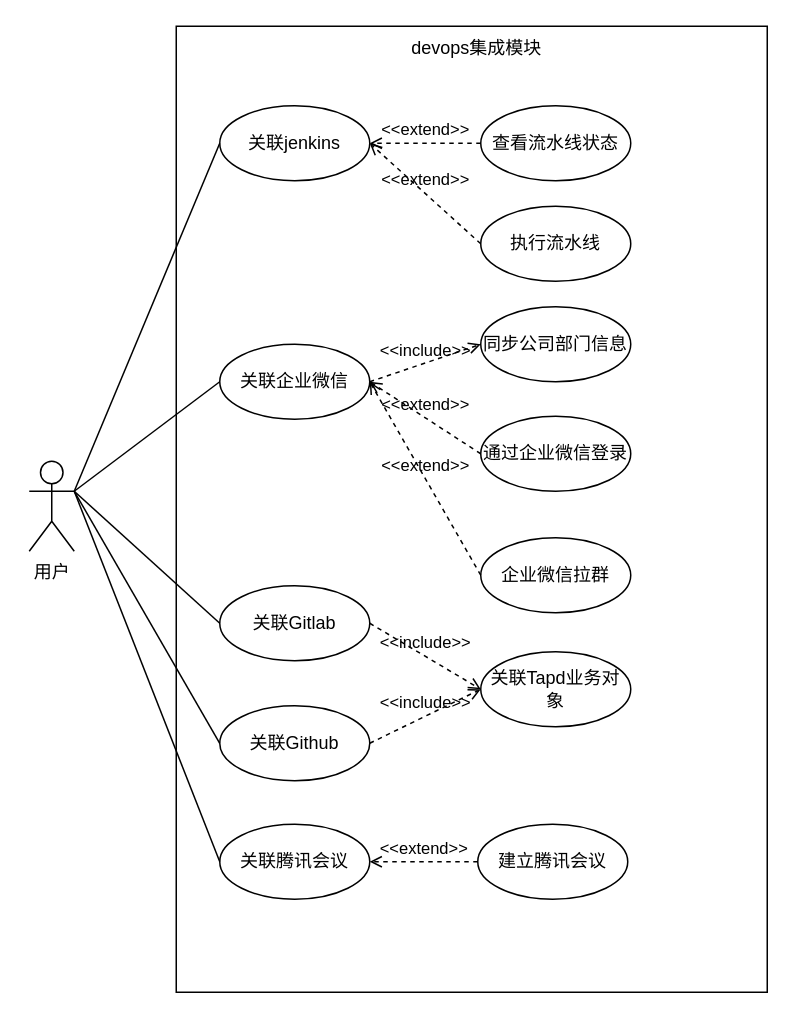
Earlier version of the draw.io diagram 办公协同模版用例图.drawio (qf2020/drawio). Source tidied: cells renumbered, new cells numbered last; positions are measured from the earlier drawing's top-left corner, leaving out a move shared by most shapes. Both pictures are drawn from the tidied source at 150%, with x=0, y=0 at pixel (28, 26).
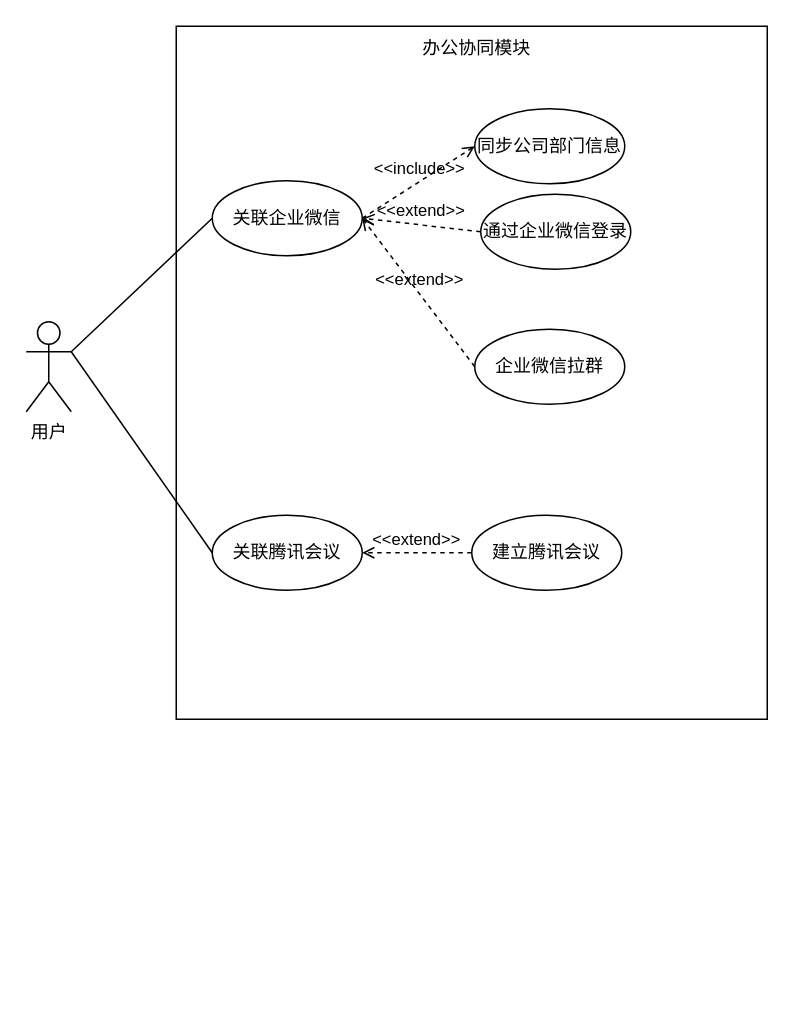
After the change.

Commit message (it also covers changes not shown here):
更新办公协同模版用例图.drawio

The edit, as a diff of the source:
```diff
@@
     <mxCell id="2" value="用户" style="shape=umlActor;verticalLabelPosition=bottom;verticalAlign=top;html=1;" parent="1" vertex="1">
-      <mxGeometry y="290" width="30" height="60" as="geometry" />
+      <mxGeometry x="-2" y="197" width="30" height="60" as="geometry" />
     </mxCell>
     <mxCell id="3" style="rounded=0;whiteSpace=wrap;html=1;" parent="1" vertex="1">
-      <mxGeometry x="98" width="394" height="644" as="geometry" />
+      <mxGeometry x="98" width="394" height="462" as="geometry" />
     </mxCell>
-    <mxCell id="4" value="devops集成模块" style="text;html=1;align=center;verticalAlign=middle;whiteSpace=wrap;rounded=0;" parent="1" vertex="1">
+    <mxCell id="4" value="办公协同&lt;span style=&quot;background-color: transparent; color: light-dark(rgb(0, 0, 0), rgb(255, 255, 255));&quot;&gt;模块&lt;/span&gt;" style="text;html=1;align=center;verticalAlign=middle;whiteSpace=wrap;rounded=0;" parent="1" vertex="1">
       <mxGeometry x="249" width="99" height="30" as="geometry" />
     </mxCell>
     <mxCell id="5" value="同步公司部门信息" style="ellipse;whiteSpace=wrap;html=1;" parent="1" vertex="1">
-      <mxGeometry x="301" y="187" width="100" height="50" as="geometry" />
+      <mxGeometry x="297" y="55" width="100" height="50" as="geometry" />
     </mxCell>
     <mxCell id="6" value="关联企业微信" style="ellipse;whiteSpace=wrap;html=1;" parent="1" vertex="1">
-      <mxGeometry x="127" y="212" width="100" height="50" as="geometry" />
+      <mxGeometry x="122" y="103" width="100" height="50" as="geometry" />
     </mxCell>
     <mxCell id="7" value="关联腾讯会议" style="ellipse;whiteSpace=wrap;html=1;" parent="1" vertex="1">
-      <mxGeometry x="127" y="532" width="100" height="50" as="geometry" />
+      <mxGeometry x="122" y="326" width="100" height="50" as="geometry" />
     </mxCell>
@@
-    <mxCell id="9" value="查看流水线状态" style="ellipse;whiteSpace=wrap;html=1;" parent="1" vertex="1">
-      <mxGeometry x="301" y="53" width="100" height="50" as="geometry" />
-    </mxCell>
@@
-    <mxCell id="11" value="关联jenkins" style="ellipse;whiteSpace=wrap;html=1;" parent="1" vertex="1">
-      <mxGeometry x="127" y="53" width="100" height="50" as="geometry" />
-    </mxCell>
-    <mxCell id="12" value="关联Github" style="ellipse;whiteSpace=wrap;html=1;" parent="1" vertex="1">
-      <mxGeometry x="127" y="453" width="100" height="50" as="geometry" />
-    </mxCell>
-    <mxCell id="13" value="关联Gitlab" style="ellipse;whiteSpace=wrap;html=1;" parent="1" vertex="1">
-      <mxGeometry x="127" y="373" width="100" height="50" as="geometry" />
-    </mxCell>
-    <mxCell id="14" value="执行流水线" style="ellipse;whiteSpace=wrap;html=1;" parent="1" vertex="1">
-      <mxGeometry x="301" y="120" width="100" height="50" as="geometry" />
-    </mxCell>
     <mxCell id="15" value="通过企业微信登录" style="ellipse;whiteSpace=wrap;html=1;" parent="1" vertex="1">
-      <mxGeometry x="301" y="260" width="100" height="50" as="geometry" />
+      <mxGeometry x="301" y="112" width="100" height="50" as="geometry" />
     </mxCell>
     <mxCell id="16" value="企业微信拉群" style="ellipse;whiteSpace=wrap;html=1;" parent="1" vertex="1">
-      <mxGeometry x="301" y="341" width="100" height="50" as="geometry" />
+      <mxGeometry x="297" y="202" width="100" height="50" as="geometry" />
     </mxCell>
-    <mxCell id="17" value="关联Tapd业务对象" style="ellipse;whiteSpace=wrap;html=1;" parent="1" vertex="1">
-      <mxGeometry x="301" y="417" width="100" height="50" as="geometry" />
-    </mxCell>
     <mxCell id="18" value="建立腾讯会议" style="ellipse;whiteSpace=wrap;html=1;" parent="1" vertex="1">
-      <mxGeometry x="299" y="532" width="100" height="50" as="geometry" />
+      <mxGeometry x="295" y="326" width="100" height="50" as="geometry" />
     </mxCell>
@@
-    <mxCell id="20" value="&amp;lt;&amp;lt;include&amp;gt;&amp;gt;" style="html=1;verticalAlign=bottom;labelBackgroundColor=none;endArrow=open;endFill=0;dashed=1;rounded=0;exitX=1;exitY=0.5;exitDx=0;exitDy=0;entryX=0;entryY=0.5;entryDx=0;entryDy=0;" parent="1" edge="1" source="13" target="17">
-      <mxGeometry relative="1" as="geometry" />
-    </mxCell>
-    <mxCell id="21" value="&amp;lt;&amp;lt;include&amp;gt;&amp;gt;" style="html=1;verticalAlign=bottom;labelBackgroundColor=none;endArrow=open;endFill=0;dashed=1;rounded=0;exitX=1;exitY=0.5;exitDx=0;exitDy=0;entryX=0;entryY=0.5;entryDx=0;entryDy=0;" parent="1" edge="1" source="12" target="17">
-      <mxGeometry relative="1" as="geometry" />
-    </mxCell>
-    <mxCell id="22" value="&amp;lt;&amp;lt;extend&amp;gt;&amp;gt;" style="html=1;verticalAlign=bottom;labelBackgroundColor=none;endArrow=open;endFill=0;dashed=1;rounded=0;exitX=0;exitY=0.5;exitDx=0;exitDy=0;entryX=1;entryY=0.5;entryDx=0;entryDy=0;" parent="1" edge="1" source="9" target="11">
-      <mxGeometry relative="1" as="geometry" />
-    </mxCell>
-    <mxCell id="23" value="&amp;lt;&amp;lt;extend&amp;gt;&amp;gt;" style="html=1;verticalAlign=bottom;labelBackgroundColor=none;endArrow=open;endFill=0;dashed=1;rounded=0;exitX=0;exitY=0.5;exitDx=0;exitDy=0;entryX=1;entryY=0.5;entryDx=0;entryDy=0;" parent="1" edge="1" source="14" target="11">
-      <mxGeometry relative="1" as="geometry" />
-    </mxCell>
@@
-    <mxCell id="27" style="endArrow=none;html=1;rounded=0;exitX=1;exitY=0.3333333333333333;exitDx=0;exitDy=0;exitPerimeter=0;entryX=0;entryY=0.5;entryDx=0;entryDy=0;" parent="1" edge="1" source="2" target="12">
-      <mxGeometry relative="1" as="geometry" />
-    </mxCell>
-    <mxCell id="28" style="endArrow=none;html=1;rounded=0;exitX=1;exitY=0.3333333333333333;exitDx=0;exitDy=0;exitPerimeter=0;entryX=0;entryY=0.5;entryDx=0;entryDy=0;" parent="1" edge="1" source="2" target="13">
-      <mxGeometry relative="1" as="geometry" />
-    </mxCell>
-    <mxCell id="29" style="endArrow=none;html=1;rounded=0;entryX=0;entryY=0.5;entryDx=0;entryDy=0;exitX=1;exitY=0.3333333333333333;exitDx=0;exitDy=0;exitPerimeter=0;" parent="1" edge="1" source="2" target="11">
-      <mxGeometry relative="1" as="geometry" />
-    </mxCell>
```
